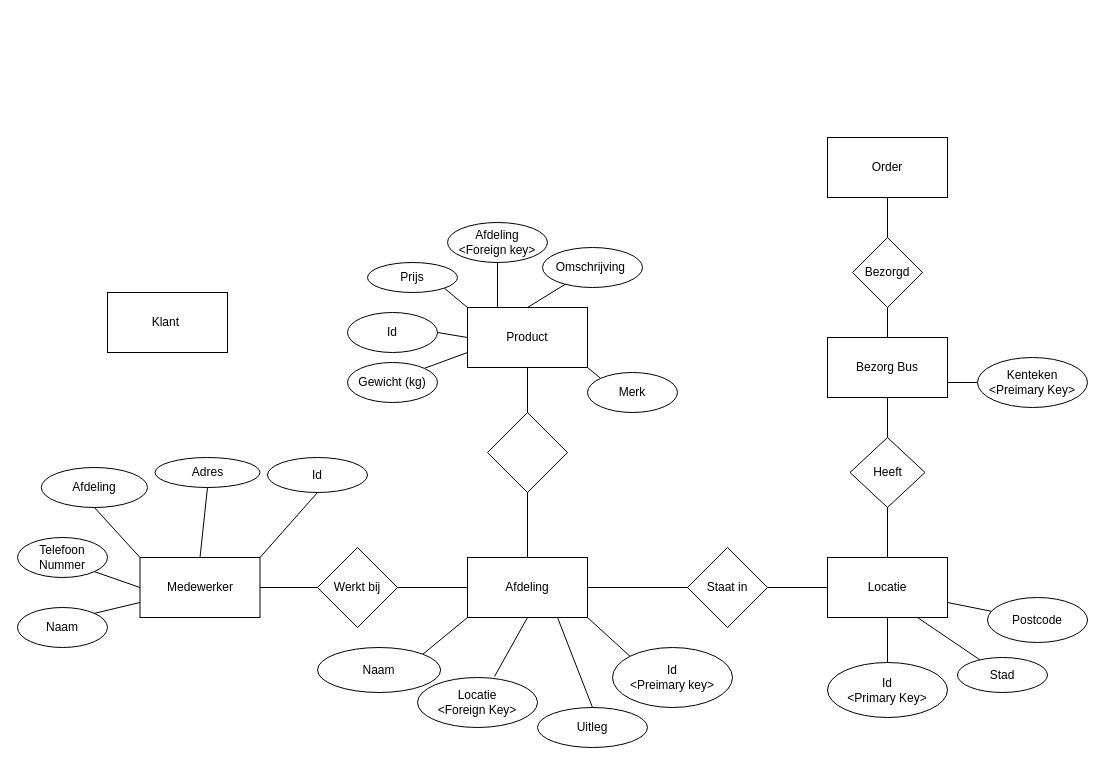
Above: src/Iprodamo_werkstuk.drawio in wardalbam/Iprwc-webshop-frontend (draw.io), before the change. Source tidied: cells renumbered, new cells numbered last; positions are measured from the earlier drawing's top-left corner, leaving out a move shared by most shapes. Both pictures are drawn from the tidied source at 100%, with x=0, y=0 at pixel (17, 137).
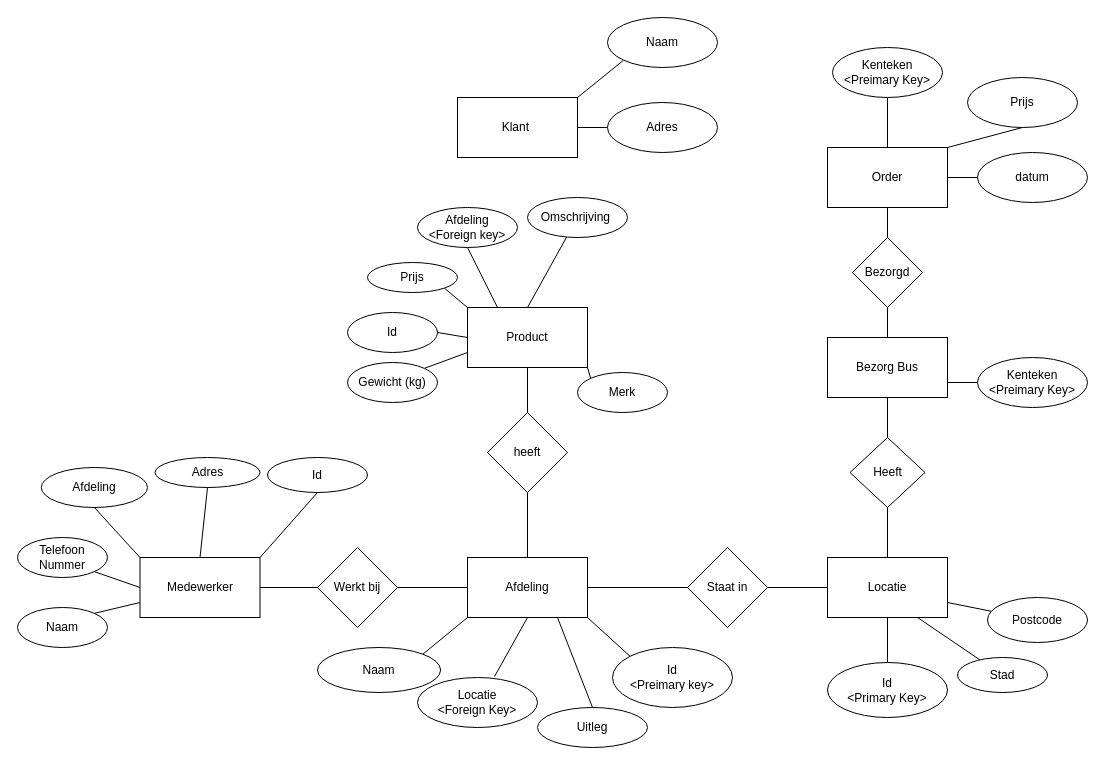
After the change.

The edit, as a diff of the source:
```diff
@@
     <mxCell id="4" value="Klant&amp;nbsp;" style="rounded=0;whiteSpace=wrap;html=1;" parent="1" vertex="1">
-      <mxGeometry x="90" y="155" width="120" height="60" as="geometry" />
+      <mxGeometry x="440" y="-40" width="120" height="60" as="geometry" />
     </mxCell>
     <mxCell id="5" value="Order" style="rounded=0;whiteSpace=wrap;html=1;" parent="1" vertex="1">
-      <mxGeometry x="810" width="120" height="60" as="geometry" />
+      <mxGeometry x="810" y="10" width="120" height="60" as="geometry" />
     </mxCell>
@@
     <mxCell id="48" value="Afdeling&lt;br&gt;&amp;lt;Foreign key&amp;gt;" style="ellipse;whiteSpace=wrap;html=1;" parent="1" vertex="1">
-      <mxGeometry x="430" y="85" width="100" height="40" as="geometry" />
+      <mxGeometry x="400" y="70" width="100" height="40" as="geometry" />
     </mxCell>
@@
     <mxCell id="53" value="Merk" style="ellipse;whiteSpace=wrap;html=1;" parent="1" vertex="1">
-      <mxGeometry x="570" y="235" width="90" height="40" as="geometry" />
+      <mxGeometry x="560" y="235" width="90" height="40" as="geometry" />
     </mxCell>
@@
-    <mxCell id="59" style="rhombus;whiteSpace=wrap;html=1;rotation=0;" parent="1" vertex="1">
+    <mxCell id="59" value="heeft" style="rhombus;whiteSpace=wrap;html=1;rotation=0;" parent="1" vertex="1">
       <mxGeometry x="470" y="275" width="80" height="80" as="geometry" />
     </mxCell>
@@
     <mxCell id="62" value="Omschrijving&amp;nbsp;" style="ellipse;whiteSpace=wrap;html=1;" parent="1" vertex="1">
-      <mxGeometry x="525" y="110" width="100" height="40" as="geometry" />
+      <mxGeometry x="510" y="60" width="100" height="40" as="geometry" />
     </mxCell>
+    <mxCell id="63" style="endArrow=none;html=1;rounded=0;entryX=1;entryY=0.75;entryDx=0;entryDy=0;exitX=0;exitY=0.5;exitDx=0;exitDy=0;" parent="1" edge="1" source="64">
+      <mxGeometry relative="1" as="geometry">
+        <mxPoint x="930" y="40" as="targetPoint" />
+      </mxGeometry>
+    </mxCell>
+    <mxCell id="64" value="datum" style="ellipse;whiteSpace=wrap;html=1;" parent="1" vertex="1">
+      <mxGeometry x="960" y="15" width="110" height="50" as="geometry" />
+    </mxCell>
+    <mxCell id="65" style="endArrow=none;html=1;rounded=0;entryX=1;entryY=0;entryDx=0;entryDy=0;exitX=0.5;exitY=1;exitDx=0;exitDy=0;" parent="1" edge="1" source="66" target="5">
+      <mxGeometry relative="1" as="geometry" />
+    </mxCell>
+    <mxCell id="66" value="Prijs" style="ellipse;whiteSpace=wrap;html=1;" parent="1" vertex="1">
+      <mxGeometry x="950" y="-60" width="110" height="50" as="geometry" />
+    </mxCell>
+    <mxCell id="67" style="endArrow=none;html=1;rounded=0;entryX=0.5;entryY=0;entryDx=0;entryDy=0;exitX=0.5;exitY=1;exitDx=0;exitDy=0;" parent="1" edge="1" source="68" target="5">
+      <mxGeometry relative="1" as="geometry" />
+    </mxCell>
+    <mxCell id="68" value="Kenteken&lt;br&gt;&amp;lt;Preimary Key&amp;gt;" style="ellipse;whiteSpace=wrap;html=1;" parent="1" vertex="1">
+      <mxGeometry x="815" y="-90" width="110" height="50" as="geometry" />
+    </mxCell>
+    <mxCell id="69" style="endArrow=none;html=1;rounded=0;entryX=1;entryY=0.75;entryDx=0;entryDy=0;exitX=0;exitY=0.5;exitDx=0;exitDy=0;" parent="1" edge="1" source="70">
+      <mxGeometry relative="1" as="geometry">
+        <mxPoint x="560" y="-10" as="targetPoint" />
+      </mxGeometry>
+    </mxCell>
+    <mxCell id="70" value="Adres" style="ellipse;whiteSpace=wrap;html=1;" parent="1" vertex="1">
+      <mxGeometry x="590" y="-35" width="110" height="50" as="geometry" />
+    </mxCell>
+    <mxCell id="71" style="endArrow=none;html=1;rounded=0;entryX=1;entryY=0;entryDx=0;entryDy=0;exitX=0;exitY=1;exitDx=0;exitDy=0;" parent="1" edge="1" source="72" target="4">
+      <mxGeometry relative="1" as="geometry" />
+    </mxCell>
+    <mxCell id="72" value="Naam" style="ellipse;whiteSpace=wrap;html=1;" parent="1" vertex="1">
+      <mxGeometry x="590" y="-120" width="110" height="50" as="geometry" />
+    </mxCell>
```
